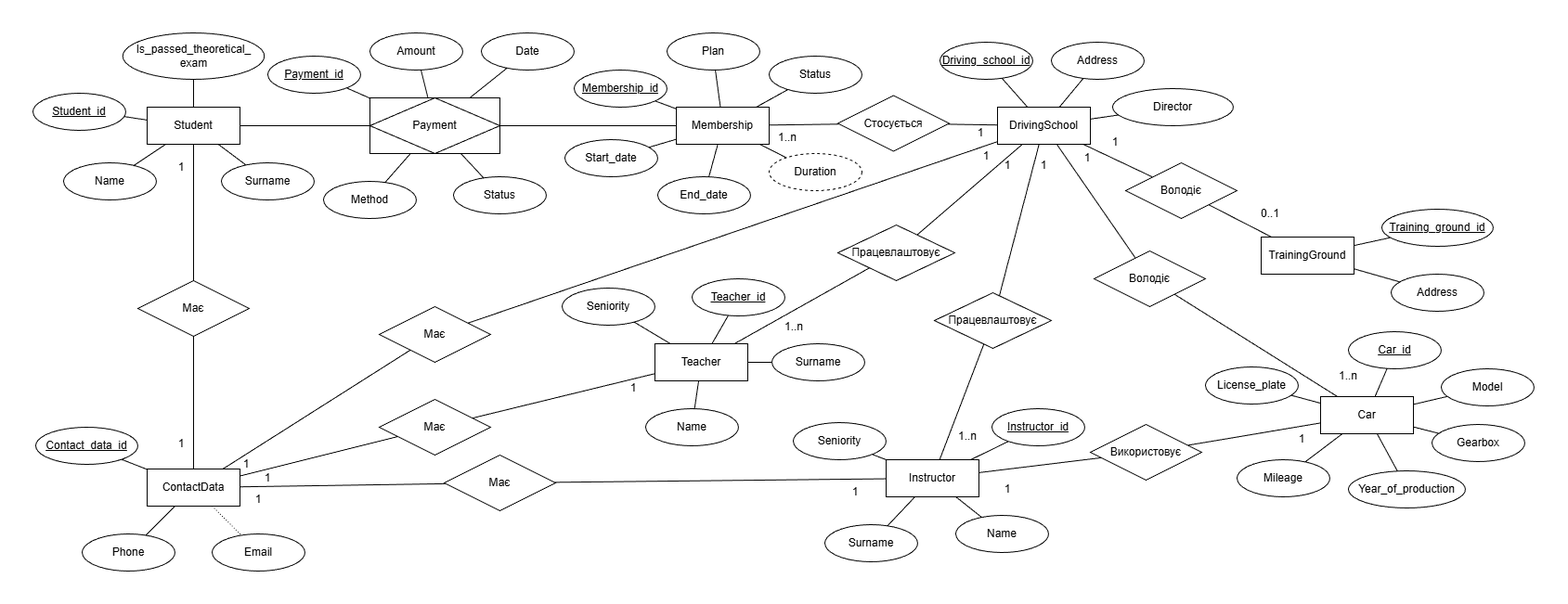
Earlier version of the draw.io export Lab1/Chen diagram .png (KyryloBB/Software-engineering-components). Source tidied: cells renumbered, new cells last; positions are measured from the earlier drawing's top-left corner, leaving out a move shared by most shapes.
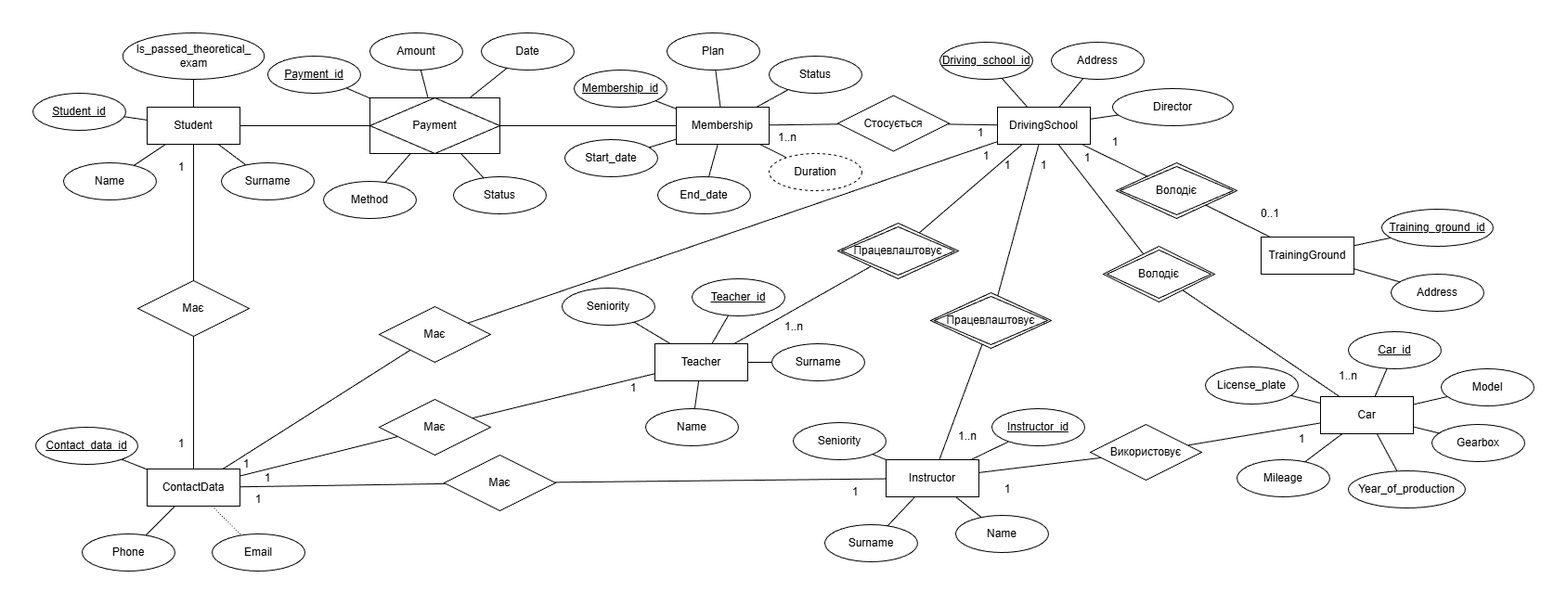
Later version of the same file.

Commit message:
changed some relationships in chen diagram

What changed in the source:
```diff
@@ -23,13 +23,13 @@
     <mxCell id="8" style="endArrow=none;html=1;rounded=0;" parent="1" edge="1" source="2" target="7">
       <mxGeometry relative="1" as="geometry" />
     </mxCell>
-    <mxCell id="9" style="endArrow=none;html=1;rounded=0;" parent="1" edge="1" source="2" target="16">
+    <mxCell id="9" style="endArrow=none;html=1;rounded=0;" parent="1" edge="1" source="2" target="141">
       <mxGeometry relative="1" as="geometry" />
     </mxCell>
     <mxCell id="10" value="TrainingGround" style="whiteSpace=wrap;html=1;align=center;" parent="1" vertex="1">
       <mxGeometry x="1323" y="220" width="100" height="40" as="geometry" />
     </mxCell>
-    <mxCell id="11" style="endArrow=none;html=1;rounded=0;" parent="1" edge="1" source="16" target="10">
+    <mxCell id="11" style="endArrow=none;html=1;rounded=0;" parent="1" edge="1" source="141" target="10">
       <mxGeometry relative="1" as="geometry" />
     </mxCell>
     <mxCell id="12" value="Training_ground_id" style="ellipse;whiteSpace=wrap;html=1;align=center;fontStyle=4;" parent="1" vertex="1">
@@ -44,9 +44,6 @@
     <mxCell id="15" style="endArrow=none;html=1;rounded=0;" parent="1" edge="1" source="10" target="13">
       <mxGeometry relative="1" as="geometry" />
     </mxCell>
-    <mxCell id="16" value="Володіє" style="shape=rhombus;perimeter=rhombusPerimeter;whiteSpace=wrap;html=1;align=center;" parent="1" vertex="1">
-      <mxGeometry x="1177" y="140" width="120" height="60" as="geometry" />
-    </mxCell>
     <mxCell id="17" value="0..1" style="text;html=1;whiteSpace=wrap;strokeColor=none;fillColor=none;align=center;verticalAlign=middle;rounded=0;" parent="1" vertex="1">
       <mxGeometry x="1303" y="180" width="60" height="30" as="geometry" />
     </mxCell>
@@ -56,10 +53,10 @@
     <mxCell id="19" value="Car" style="whiteSpace=wrap;html=1;align=center;" parent="1" vertex="1">
       <mxGeometry x="1387" y="392" width="100" height="40" as="geometry" />
     </mxCell>
-    <mxCell id="20" style="endArrow=none;html=1;rounded=0;" parent="1" edge="1" source="2" target="123">
+    <mxCell id="20" style="endArrow=none;html=1;rounded=0;" parent="1" edge="1" source="2" target="140">
       <mxGeometry relative="1" as="geometry" />
     </mxCell>
-    <mxCell id="21" style="endArrow=none;html=1;rounded=0;" parent="1" edge="1" source="123" target="19">
+    <mxCell id="21" style="endArrow=none;html=1;rounded=0;" parent="1" edge="1" source="140" target="19">
       <mxGeometry relative="1" as="geometry" />
     </mxCell>
     <mxCell id="22" value="Car_id" style="ellipse;whiteSpace=wrap;html=1;align=center;fontStyle=4;" parent="1" vertex="1">
@@ -98,13 +95,13 @@
     <mxCell id="33" style="endArrow=none;html=1;rounded=0;" parent="1" edge="1" source="27" target="19">
       <mxGeometry relative="1" as="geometry" />
     </mxCell>
-    <mxCell id="34" style="endArrow=none;html=1;rounded=0;" parent="1" edge="1" source="124" target="2">
+    <mxCell id="34" style="endArrow=none;html=1;rounded=0;" parent="1" edge="1" source="139" target="2">
       <mxGeometry relative="1" as="geometry" />
     </mxCell>
     <mxCell id="35" value="Instructor" style="whiteSpace=wrap;html=1;align=center;" parent="1" vertex="1">
       <mxGeometry x="919" y="460" width="100" height="40" as="geometry" />
     </mxCell>
-    <mxCell id="36" style="endArrow=none;html=1;rounded=0;" parent="1" edge="1" source="35" target="124">
+    <mxCell id="36" style="endArrow=none;html=1;rounded=0;" parent="1" edge="1" source="35" target="139">
       <mxGeometry relative="1" as="geometry" />
     </mxCell>
     <mxCell id="37" value="Instructor_id" style="ellipse;whiteSpace=wrap;html=1;align=center;fontStyle=4;" parent="1" vertex="1">
@@ -134,10 +131,10 @@
     <mxCell id="45" value="Teacher" style="whiteSpace=wrap;html=1;align=center;" parent="1" vertex="1">
       <mxGeometry x="670" y="335" width="100" height="40" as="geometry" />
     </mxCell>
-    <mxCell id="46" style="endArrow=none;html=1;rounded=0;" parent="1" edge="1" source="125" target="2">
+    <mxCell id="46" style="endArrow=none;html=1;rounded=0;" parent="1" edge="1" source="138" target="2">
       <mxGeometry relative="1" as="geometry" />
     </mxCell>
-    <mxCell id="47" style="endArrow=none;html=1;rounded=0;" parent="1" edge="1" source="45" target="125">
+    <mxCell id="47" style="endArrow=none;html=1;rounded=0;" parent="1" edge="1" source="45" target="138">
       <mxGeometry relative="1" as="geometry" />
     </mxCell>
     <mxCell id="48" value="Teacher_id" style="ellipse;whiteSpace=wrap;html=1;align=center;fontStyle=4;" parent="1" vertex="1">
@@ -365,15 +362,6 @@
     <mxCell id="122" value="1" style="text;html=1;whiteSpace=wrap;strokeColor=none;fillColor=none;align=center;verticalAlign=middle;rounded=0;" parent="1" vertex="1">
       <mxGeometry x="1023" y="125" width="54" height="35" as="geometry" />
     </mxCell>
-    <mxCell id="123" value="Володіє" style="shape=rhombus;perimeter=rhombusPerimeter;whiteSpace=wrap;html=1;align=center;" parent="1" vertex="1">
-      <mxGeometry x="1143" y="235" width="120" height="60" as="geometry" />
-    </mxCell>
-    <mxCell id="124" value="Працевлаштовує" style="shape=rhombus;perimeter=rhombusPerimeter;whiteSpace=wrap;html=1;align=center;" parent="1" vertex="1">
-      <mxGeometry x="971" y="280" width="126" height="60" as="geometry" />
-    </mxCell>
-    <mxCell id="125" value="Працевлаштовує" style="shape=rhombus;perimeter=rhombusPerimeter;whiteSpace=wrap;html=1;align=center;" parent="1" vertex="1">
-      <mxGeometry x="867" y="207" width="126" height="60" as="geometry" />
-    </mxCell>
     <mxCell id="126" value="Стосується" style="shape=rhombus;perimeter=rhombusPerimeter;whiteSpace=wrap;html=1;align=center;" parent="1" vertex="1">
       <mxGeometry x="867" y="67.5" width="120" height="60" as="geometry" />
     </mxCell>
@@ -410,5 +398,17 @@
     <mxCell id="137" value="1" style="text;html=1;whiteSpace=wrap;strokeColor=none;fillColor=none;align=center;verticalAlign=middle;rounded=0;" parent="1" vertex="1">
       <mxGeometry x="203" y="447" width="54" height="35" as="geometry" />
     </mxCell>
+    <mxCell id="138" value="Працевлаштовує" style="shape=rhombus;double=1;perimeter=rhombusPerimeter;whiteSpace=wrap;html=1;align=center;" parent="1" vertex="1">
+      <mxGeometry x="867" y="205" width="130" height="60" as="geometry" />
+    </mxCell>
+    <mxCell id="139" value="Працевлаштовує" style="shape=rhombus;double=1;perimeter=rhombusPerimeter;whiteSpace=wrap;html=1;align=center;" parent="1" vertex="1">
+      <mxGeometry x="967" y="280" width="130" height="60" as="geometry" />
+    </mxCell>
+    <mxCell id="140" value="Володіє" style="shape=rhombus;double=1;perimeter=rhombusPerimeter;whiteSpace=wrap;html=1;align=center;" parent="1" vertex="1">
+      <mxGeometry x="1153" y="230" width="120" height="60" as="geometry" />
+    </mxCell>
+    <mxCell id="141" value="Володіє" style="shape=rhombus;double=1;perimeter=rhombusPerimeter;whiteSpace=wrap;html=1;align=center;" parent="1" vertex="1">
+      <mxGeometry x="1167" y="140" width="130" height="60" as="geometry" />
+    </mxCell>
   </root>
 </mxGraphModel>
```
